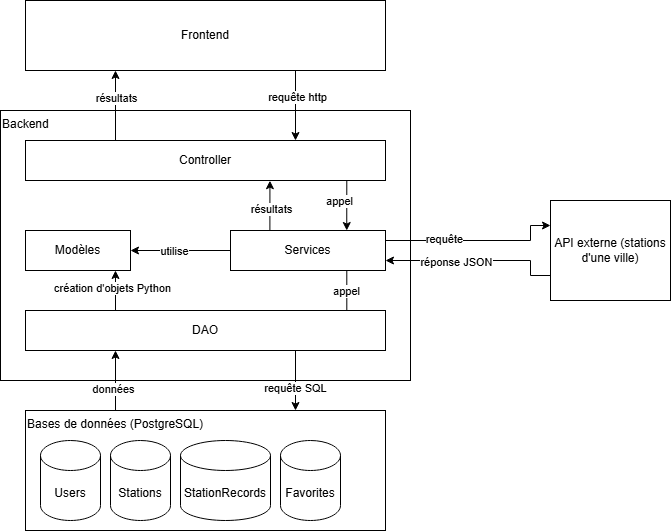
Eddboy-ensai/ensai-it-project-2a-team14 keeps this draw.io diagram as doc/rapport final/img/diag_archi_log.png. Above is the earlier version. Source tidied: cells renumbered, new cells last; positions are measured from the earlier drawing's top-left corner, leaving out a move shared by most shapes.
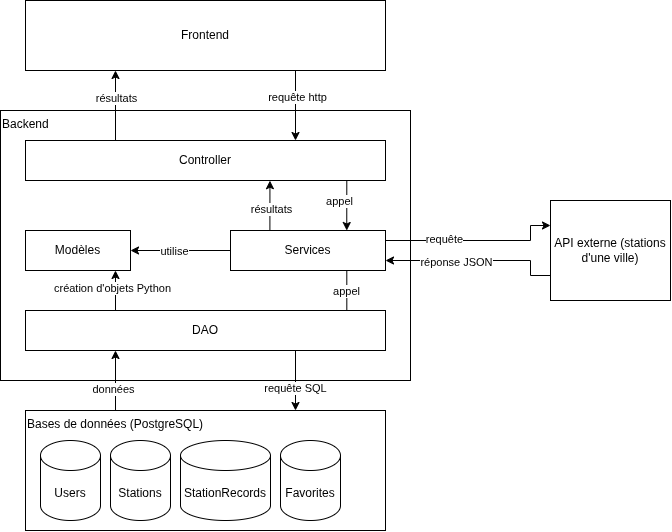
The same file after the commit.

Change to the diagram source:
```diff
@@ -29,9 +29,9 @@
     <mxCell id="8" style="edgeStyle=orthogonalEdgeStyle;rounded=0;jettySize=auto;html=1;exitX=0.25;exitY=0;exitDx=0;exitDy=0;entryX=0.25;entryY=1;entryDx=0;entryDy=0;" parent="1" edge="1" source="10" target="5">
       <mxGeometry relative="1" as="geometry" />
     </mxCell>
-    <mxCell id="9" value="résultats" style="edgeLabel;html=1;align=center;verticalAlign=middle;" parent="8" vertex="1">
-      <mxGeometry x="0.23" relative="1" as="geometry" />
-    </mxCell>
+    <mxCell id="36" value="résultats" style="edgeLabel;html=1;align=center;verticalAlign=middle;" parent="8" vertex="1">
+      <mxGeometry x="0.23" relative="1" as="geometry" />
+    </mxCell>
     <mxCell id="10" value="Controller" style="rounded=0;whiteSpace=wrap;html=1;" parent="1" vertex="1">
       <mxGeometry x="25" y="140" width="360" height="40" as="geometry" />
     </mxCell>
@@ -42,19 +42,19 @@
         </Array>
       </mxGeometry>
     </mxCell>
-    <mxCell id="12" value="résultats" style="edgeLabel;html=1;align=center;verticalAlign=middle;" parent="11" vertex="1">
-      <mxGeometry x="-0.13" y="-1" relative="1" as="geometry" />
-    </mxCell>
-    <mxCell id="13" style="edgeStyle=orthogonalEdgeStyle;rounded=0;jettySize=auto;html=1;exitX=0.75;exitY=1;exitDx=0;exitDy=0;" parent="1" edge="1" source="19">
-      <mxGeometry relative="1" as="geometry">
-        <mxPoint x="346.3" y="330" as="targetPoint" />
-        <Array as="points">
-          <mxPoint x="346.3" y="330" />
-          <mxPoint x="347.2" y="330" />
-        </Array>
-      </mxGeometry>
-    </mxCell>
+    <mxCell id="37" value="résultats" style="edgeLabel;html=1;align=center;verticalAlign=middle;" parent="11" vertex="1">
+      <mxGeometry x="-0.13" y="-1" relative="1" as="geometry" />
+    </mxCell>
+    <mxCell id="38" style="edgeStyle=orthogonalEdgeStyle;rounded=0;jettySize=auto;html=1;exitX=0.75;exitY=1;exitDx=0;exitDy=0;" parent="1" edge="1" source="19">
+      <mxGeometry relative="1" as="geometry">
+        <mxPoint x="346.3" y="330" as="targetPoint" />
+        <Array as="points">
+          <mxPoint x="346.3" y="330" />
+          <mxPoint x="347.2" y="330" />
+        </Array>
+      </mxGeometry>
+    </mxCell>
-    <mxCell id="14" value="&lt;div&gt;appel&lt;/div&gt;" style="edgeLabel;html=1;align=center;verticalAlign=middle;" parent="13" vertex="1">
+    <mxCell id="14" value="&lt;div&gt;appel&lt;/div&gt;" style="edgeLabel;html=1;align=center;verticalAlign=middle;" parent="38" vertex="1">
       <mxGeometry x="-0.22" y="-1" relative="1" as="geometry">
         <mxPoint y="-3" as="offset" />
       </mxGeometry>
```
